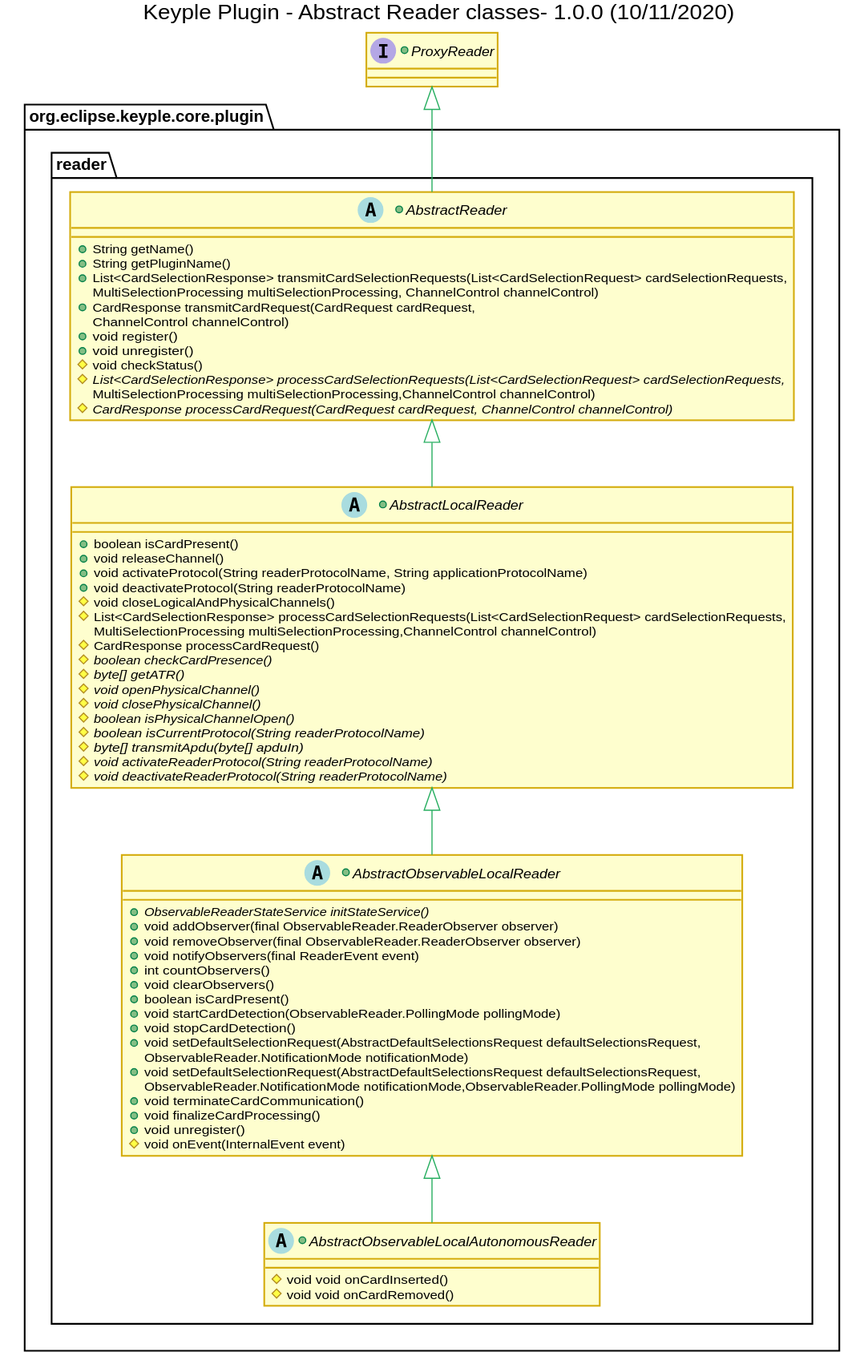
The PlantUML diagram media/plugin-development/class/AbstractReaders_Class.svg in yvonneyam/keyple-website, before a commit. Its diagram source:
```plantuml
@startuml
title
    Keyple Plugin - Abstract Reader classes- 1.0.0 (10/11/2020)
end title



skinparam Shadowing false
skinparam ClassFontStyle italic
skinparam ClassBorderColor #D4AC0D
skinparam stereotypeABorderColor #A9DCDF
skinparam stereotypeIBorderColor #B4A7E5
skinparam stereotypeCBorderColor #ADD1B2
skinparam stereotypeEBorderColor #EB93DF
skinparam ClassBackgroundColor<<red>> #FDEDEC
skinparam ClassBorderColor<<red>> #E74C3C
hide <<red>> stereotype
skinparam ClassBackgroundColor<<purple>> #F4ECF7
skinparam ClassBorderColor<<purple>> #8E44AD
hide <<purple>> stereotype
skinparam ClassBackgroundColor<<blue>> #EBF5FB
skinparam ClassBorderColor<<blue>> #3498DB
hide <<blue>> stereotype
skinparam ClassBackgroundColor<<green>> #E9F7EF
skinparam ClassBorderColor<<green>> #27AE60
hide <<green>> stereotype
skinparam ClassBackgroundColor<<grey>> #EAECEE
skinparam ClassBorderColor<<grey>> #2C3E50
hide <<grey>> stereotype

+interface ProxyReader {
}

package "org.eclipse.keyple.core.plugin" as root {

    package "reader"{

        +abstract class AbstractReader{
            +String getName()
            +String getPluginName()
            +List<CardSelectionResponse> transmitCardSelectionRequests(List<CardSelectionRequest> cardSelectionRequests,
            MultiSelectionProcessing multiSelectionProcessing, ChannelControl channelControl)
            +CardResponse transmitCardRequest(CardRequest cardRequest,
            ChannelControl channelControl)
            +void register()
            +void unregister()
            #void checkStatus()
            #{abstract} List<CardSelectionResponse> processCardSelectionRequests(List<CardSelectionRequest> cardSelectionRequests,
            MultiSelectionProcessing multiSelectionProcessing,ChannelControl channelControl)
            #{abstract} CardResponse processCardRequest(CardRequest cardRequest, ChannelControl channelControl)
        }

        +abstract class AbstractLocalReader{
            +boolean isCardPresent()
            +void releaseChannel()
            +void activateProtocol(String readerProtocolName, String applicationProtocolName)
            +void deactivateProtocol(String readerProtocolName)
            #void closeLogicalAndPhysicalChannels()
            #List<CardSelectionResponse> processCardSelectionRequests(List<CardSelectionRequest> cardSelectionRequests,
            MultiSelectionProcessing multiSelectionProcessing,ChannelControl channelControl)
            #CardResponse processCardRequest()
            #{abstract} boolean checkCardPresence()
            #{abstract} byte[] getATR()
            #{abstract} void openPhysicalChannel()
            #{abstract} void closePhysicalChannel()
            #{abstract} boolean isPhysicalChannelOpen()
            #{abstract} boolean isCurrentProtocol(String readerProtocolName)
            #{abstract} byte[] transmitApdu(byte[] apduIn)
            #{abstract} void activateReaderProtocol(String readerProtocolName)
            #{abstract} void deactivateReaderProtocol(String readerProtocolName)
         }

         +abstract class AbstractObservableLocalReader{
            +{abstract} ObservableReaderStateService initStateService()
            +void addObserver(final ObservableReader.ReaderObserver observer)
            +void removeObserver(final ObservableReader.ReaderObserver observer)
            +void notifyObservers(final ReaderEvent event)
            +int countObservers()
            +void clearObservers()
            +boolean isCardPresent()
            +void startCardDetection(ObservableReader.PollingMode pollingMode)
            +void stopCardDetection()
            +void setDefaultSelectionRequest(AbstractDefaultSelectionsRequest defaultSelectionsRequest,
            ObservableReader.NotificationMode notificationMode)
            +void setDefaultSelectionRequest(AbstractDefaultSelectionsRequest defaultSelectionsRequest,
            ObservableReader.NotificationMode notificationMode,ObservableReader.PollingMode pollingMode)
            +void terminateCardCommunication()
            +void finalizeCardProcessing()
            +void unregister()
            #void onEvent(InternalEvent event)

         }

         +abstract class AbstractObservableLocalAutonomousReader{
            #void void onCardInserted()
            #void void onCardRemoved()
         }
    }
}


ProxyReader <|-- AbstractReader #27AE60
AbstractReader <|-- AbstractLocalReader #27AE60
AbstractLocalReader <|-- AbstractObservableLocalReader #27AE60
AbstractObservableLocalReader <|-- AbstractObservableLocalAutonomousReader #27AE60


@enduml
```
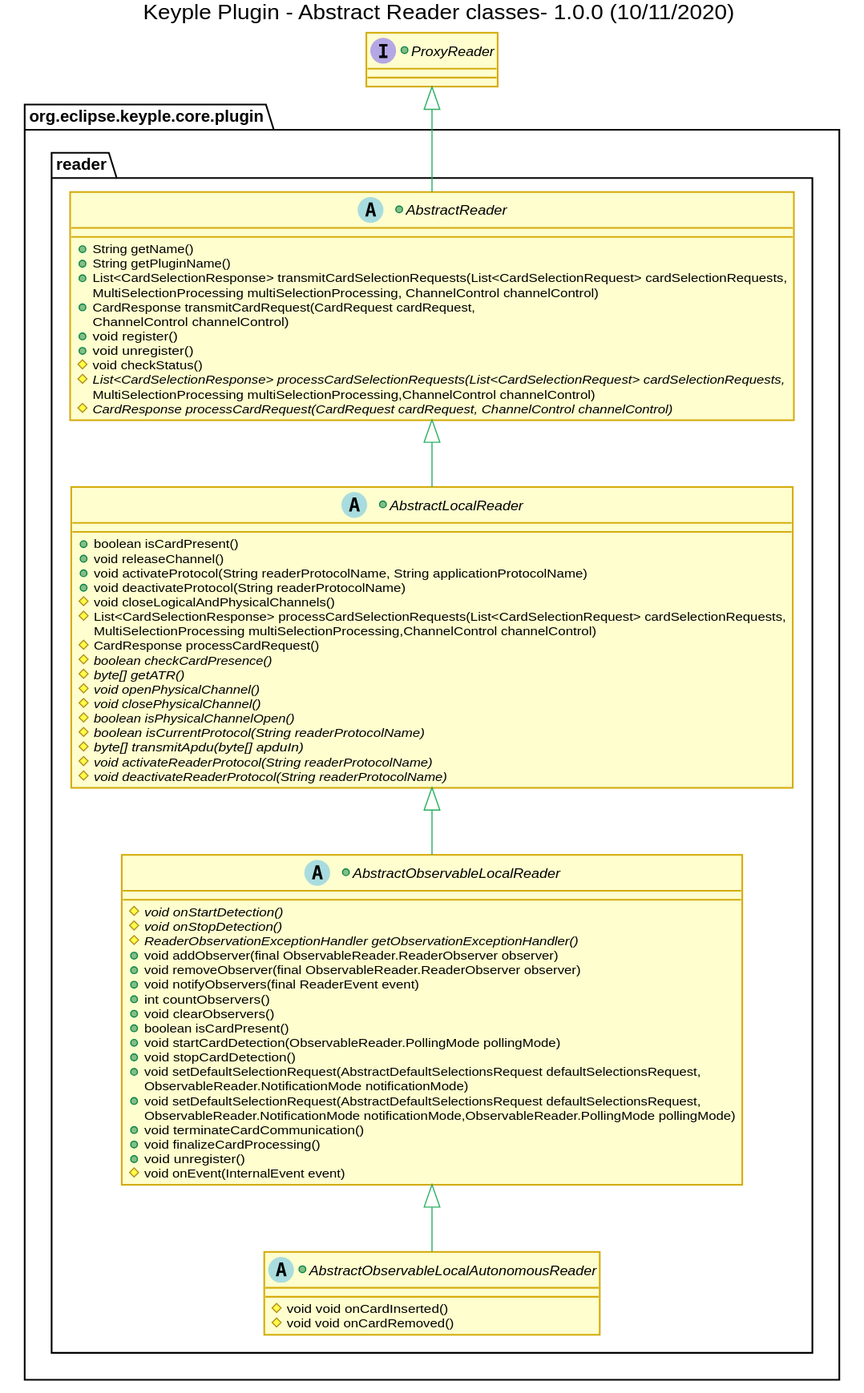
Later version of the same file.

Diff of the diagram source:
```diff
@@ -71,7 +71,9 @@
          }
 
          +abstract class AbstractObservableLocalReader{
-            +{abstract} ObservableReaderStateService initStateService()
+            #{abstract} void onStartDetection()
+            #{abstract} void onStopDetection()
+            #{abstract} ReaderObservationExceptionHandler getObservationExceptionHandler()
             +void addObserver(final ObservableReader.ReaderObserver observer)
             +void removeObserver(final ObservableReader.ReaderObserver observer)
             +void notifyObservers(final ReaderEvent event)
```
